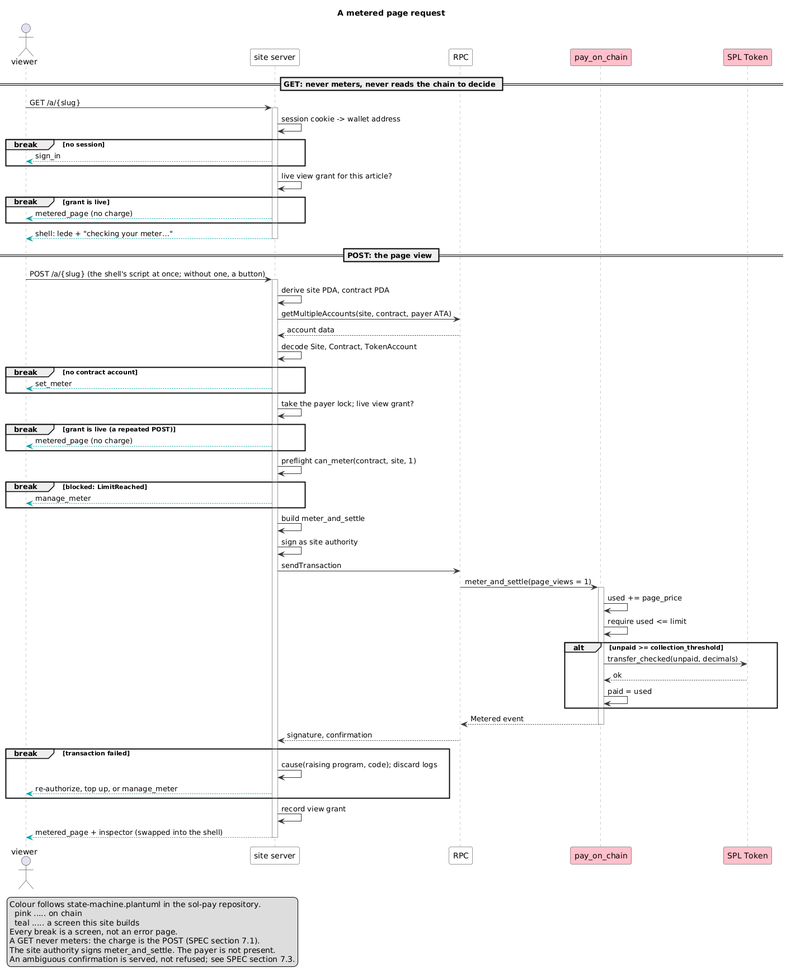
This is metered-request.png from wbreeze/sol-pay-demonstrator, a PlantUML export, as it was before one commit.
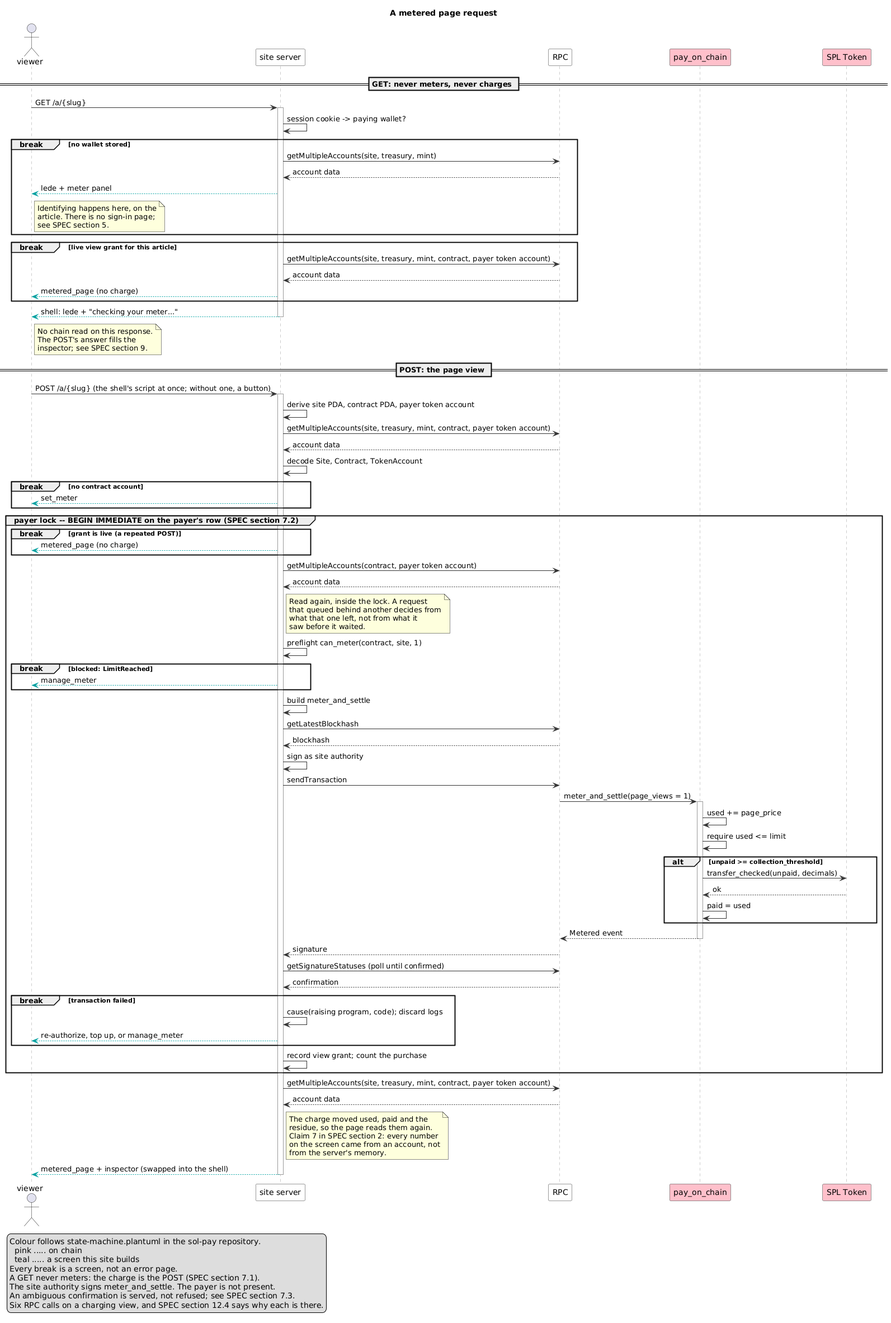
The same file after the commit.

Commit message:
Review spec, make edits, update call diagram

The edit, as a diff of the source:
```diff
@@ -16,22 +16,36 @@
 participant "pay_on_chain" as P #pink
 participant "SPL Token" as T #pink
 
-== GET: never meters, never reads the chain to decide ==
+== GET: never meters, never charges ==
 
 V -> S : GET /a/{slug}
 activate S
 
-S -> S : session cookie -> wallet address
-break no session
-  S -[#00A0A0]-> V : sign_in
+S -> S : session cookie -> paying wallet?
+
+break no wallet stored
+  S -> R : getMultipleAccounts(site, treasury, mint)
+  R --> S : account data
+  S -[#00A0A0]-> V : lede + meter panel
+  note right of V
+    Identifying happens here, on the
+    article. There is no sign-in page;
+    see SPEC section 5.
+  end note
 end
 
-S -> S : live view grant for this article?
-break grant is live
+break live view grant for this article
+  S -> R : getMultipleAccounts(site, treasury, mint, contract, payer token account)
+  R --> S : account data
   S -[#00A0A0]-> V : metered_page (no charge)
 end
 
-S -[#00A0A0]-> V : shell: lede + "checking your meter…"
+S -[#00A0A0]-> V : shell: lede + "checking your meter..."
+note right of V
+  No chain read on this response.
+  The POST's answer fills the
+  inspector; see SPEC section 9.
+end note
 deactivate S
 
 == POST: the page view ==
@@ -39,46 +53,75 @@
 V -> S : POST /a/{slug} (the shell's script at once; without one, a button)
 activate S
 
-S -> S : derive site PDA, contract PDA
-S -> R : getMultipleAccounts(site, contract, payer ATA)
+S -> S : derive site PDA, contract PDA, payer token account
+S -> R : getMultipleAccounts(site, treasury, mint, contract, payer token account)
 R --> S : account data
 S -> S : decode Site, Contract, TokenAccount
+
 break no contract account
   S -[#00A0A0]-> V : set_meter
 end
 
-S -> S : take the payer lock; live view grant?
-break grant is live (a repeated POST)
-  S -[#00A0A0]-> V : metered_page (no charge)
+group payer lock -- BEGIN IMMEDIATE on the payer's row (SPEC section 7.2)
+
+  break grant is live (a repeated POST)
+    S -[#00A0A0]-> V : metered_page (no charge)
+  end
+
+  S -> R : getMultipleAccounts(contract, payer token account)
+  R --> S : account data
+  note right of S
+    Read again, inside the lock. A request
+    that queued behind another decides from
+    what that one left, not from what it
+    saw before it waited.
+  end note
+
+  S -> S : preflight can_meter(contract, site, 1)
+  break blocked: LimitReached
+    S -[#00A0A0]-> V : manage_meter
+  end
+
+  S -> S : build meter_and_settle
+  S -> R : getLatestBlockhash
+  R --> S : blockhash
+  S -> S : sign as site authority
+
+  S -> R : sendTransaction
+  R -> P : meter_and_settle(page_views = 1)
+  activate P
+  P -> P : used += page_price
+  P -> P : require used <= limit
+  alt unpaid >= collection_threshold
+    P -> T : transfer_checked(unpaid, decimals)
+    T --> P : ok
+    P -> P : paid = used
+  end
+  P --> R : Metered event
+  deactivate P
+  R --> S : signature
+
+  S -> R : getSignatureStatuses (poll until confirmed)
+  R --> S : confirmation
+
+  break transaction failed
+    S -> S : cause(raising program, code); discard logs
+    S -[#00A0A0]-> V : re-authorize, top up, or manage_meter
+  end
+
+  S -> S : record view grant; count the purchase
 end
 
-S -> S : preflight can_meter(contract, site, 1)
-break blocked: LimitReached
-  S -[#00A0A0]-> V : manage_meter
-end
+S -> R : getMultipleAccounts(site, treasury, mint, contract, payer token account)
+R --> S : account data
+note right of S
+  The charge moved used, paid and the
+  residue, so the page reads them again.
+  Claim 7 in SPEC section 2: every number
+  on the screen came from an account, not
+  from the server's memory.
+end note
 
-S -> S : build meter_and_settle
-S -> S : sign as site authority
-S -> R : sendTransaction
-R -> P : meter_and_settle(page_views = 1)
-activate P
-P -> P : used += page_price
-P -> P : require used <= limit
-alt unpaid >= collection_threshold
-  P -> T : transfer_checked(unpaid, decimals)
-  T --> P : ok
-  P -> P : paid = used
-end
-P --> R : Metered event
-deactivate P
-R --> S : signature, confirmation
-
-break transaction failed
-  S -> S : cause(raising program, code); discard logs
-  S -[#00A0A0]-> V : re-authorize, top up, or manage_meter
-end
-
-S -> S : record view grant
 S -[#00A0A0]-> V : metered_page + inspector (swapped into the shell)
 deactivate S
 
@@ -90,6 +133,7 @@
 A GET never meters: the charge is the POST (SPEC section 7.1).
 The site authority signs meter_and_settle. The payer is not present.
 An ambiguous confirmation is served, not refused; see SPEC section 7.3.
+Six RPC calls on a charging view, and SPEC section 12.4 says why each is there.
 endlegend
 
 @enduml
```
